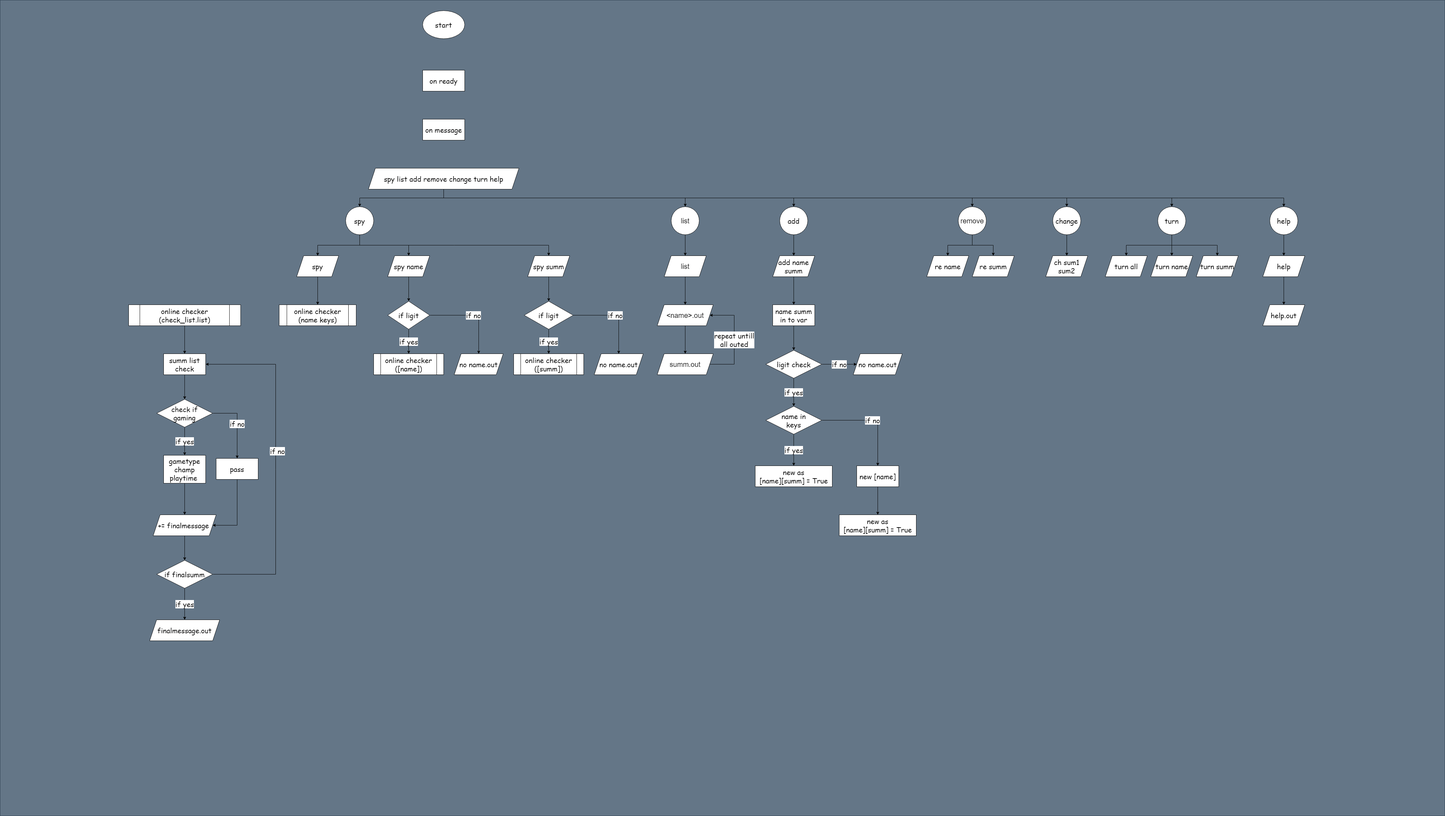
Earlier version of the draw.io export Project/Discord_Bot_LOL_online_checker/flowchart.png (KimbobHeaven/STUDY). Source tidied: cells renumbered, new cells last; positions are measured from the earlier drawing's top-left corner, leaving out a move shared by most shapes.
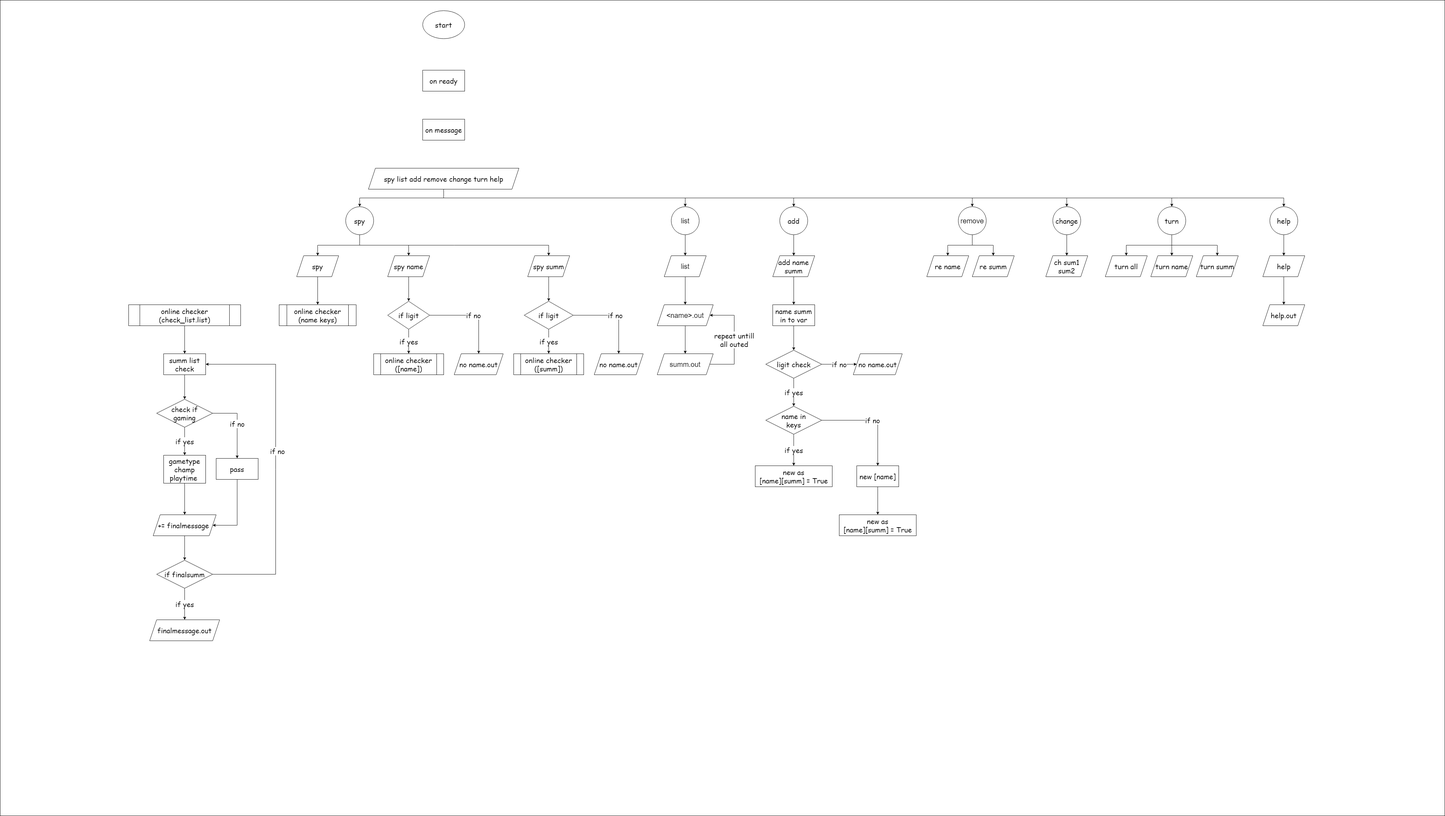
After the change.

What changed in the source:
```diff
@@ -2,7 +2,7 @@
   <root>
     <mxCell id="0" />
     <mxCell id="1" parent="0" />
-    <mxCell id="2" style="rounded=0;whiteSpace=wrap;html=1;labelBackgroundColor=none;fontFamily=Comic Sans MS;fontSize=20;fillColor=#647687;strokeColor=#314354;fontColor=#ffffff;" parent="1" vertex="1">
+    <mxCell id="2" style="rounded=0;whiteSpace=wrap;html=1;labelBackgroundColor=none;fontFamily=Comic Sans MS;fontSize=20;" parent="1" vertex="1">
       <mxGeometry width="4127" height="2330" as="geometry" />
     </mxCell>
     <mxCell id="3" value="&lt;font style=&quot;font-size: 20px;&quot;&gt;start&lt;/font&gt;" style="ellipse;whiteSpace=wrap;html=1;fontSize=20;fontFamily=Comic Sans MS;fontStyle=0;labelBackgroundColor=none;" parent="1" vertex="1">
```
